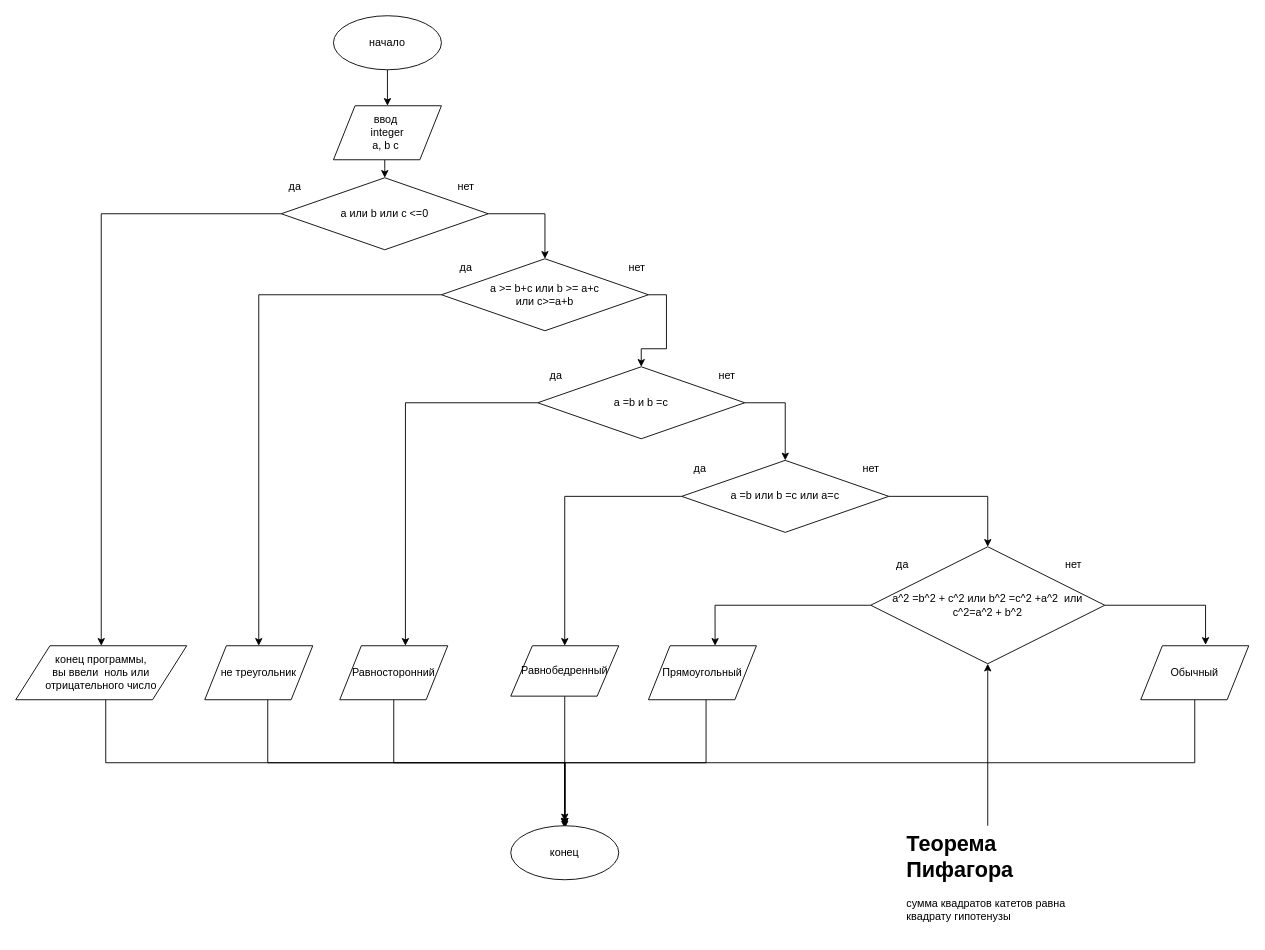
Earlier version of the draw.io diagram page "Task 1-6" (3 of 3) of Untitled Diagram.drawio (alexfadin/python). Source tidied: cells renumbered, new cells numbered last; positions are measured from the earlier drawing's top-left corner, leaving out a move shared by most shapes. Both pictures are drawn from the tidied source at 90%, with x=0, y=0 at pixel (15, 15).
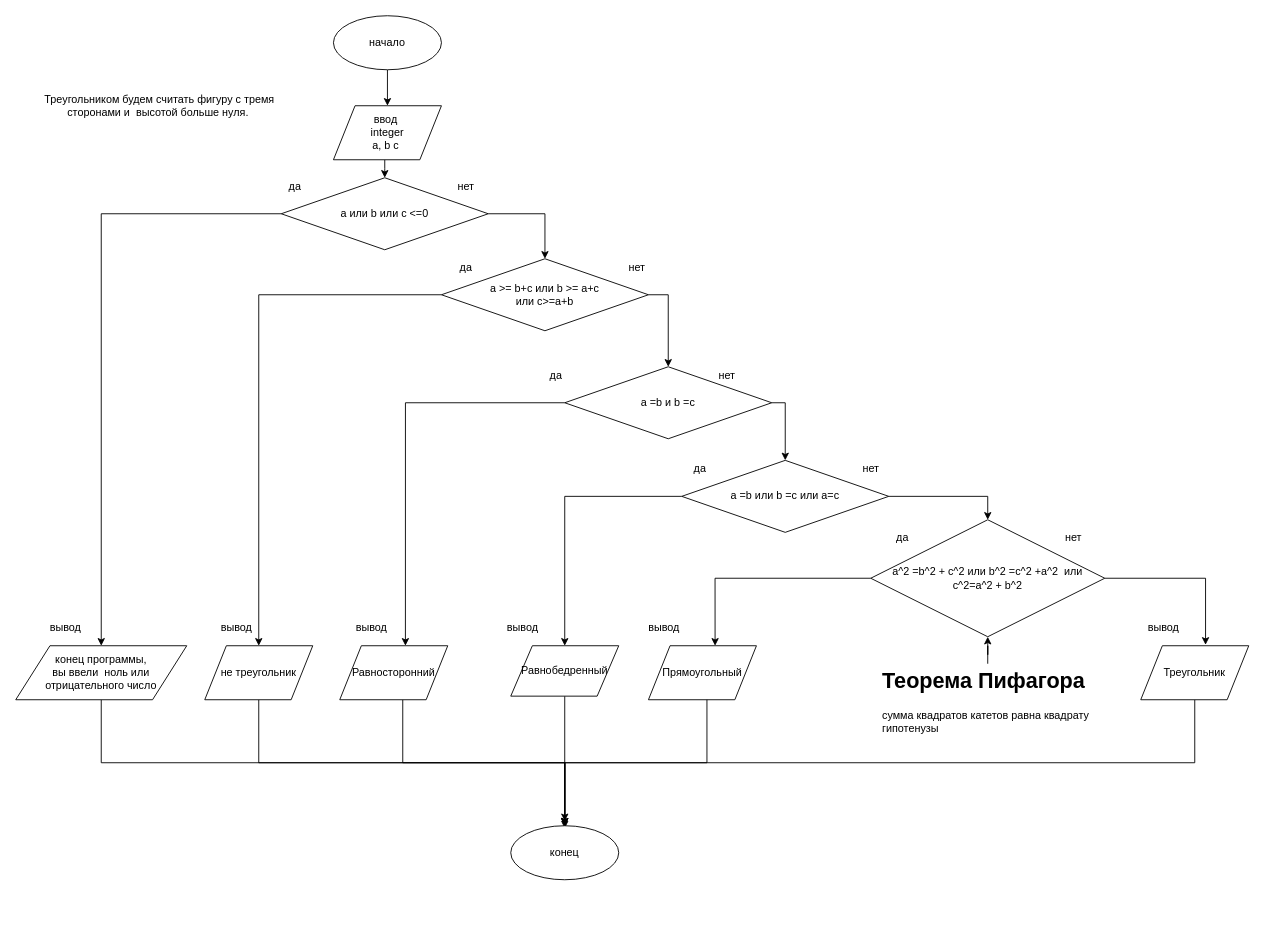
The same page after the edit.

The change refers to these unchanged cells:
```xml
<mxCell id="13" value="конец программы, &lt;br&gt;вы ввели&amp;nbsp; ноль или &lt;br&gt;отрицательного число" style="shape=parallelogram;perimeter=parallelogramPerimeter;whiteSpace=wrap;html=1;" parent="1" vertex="1">
  <mxGeometry y="700" width="190" height="60" as="geometry" />
</mxCell>
<mxCell id="19" value="a =b или b =c или a=c" style="rhombus;whiteSpace=wrap;html=1;" parent="1" vertex="1">
  <mxGeometry x="740" y="494" width="230" height="80" as="geometry" />
</mxCell>
<mxCell id="24" value="не треугольник" style="shape=parallelogram;perimeter=parallelogramPerimeter;whiteSpace=wrap;html=1;" parent="1" vertex="1">
  <mxGeometry x="210" y="700" width="120" height="60" as="geometry" />
</mxCell>
<mxCell id="26" value="Равносторонний" style="shape=parallelogram;perimeter=parallelogramPerimeter;whiteSpace=wrap;html=1;" parent="1" vertex="1">
  <mxGeometry x="360" y="700" width="120" height="60" as="geometry" />
</mxCell>
<mxCell id="33" value="конец" style="ellipse;whiteSpace=wrap;html=1;" parent="1" vertex="1">
  <mxGeometry x="550" y="900" width="120" height="60" as="geometry" />
</mxCell>
```

The edit, as a diff of the source:
```diff
@@
     <mxCell id="12" style="edgeStyle=orthogonalEdgeStyle;rounded=0;jettySize=auto;html=1;entryX=0.5;entryY=0;entryDx=0;entryDy=0;" parent="1" edge="1" source="13" target="33">
       <mxGeometry relative="1" as="geometry">
         <Array as="points">
-          <mxPoint x="100" y="830" />
+          <mxPoint x="95" y="830" />
           <mxPoint x="610" y="830" />
         </Array>
       </mxGeometry>
     </mxCell>
@@
     <mxCell id="14" style="edgeStyle=orthogonalEdgeStyle;rounded=0;jettySize=auto;html=1;exitX=0;exitY=0.5;exitDx=0;exitDy=0;entryX=0.608;entryY=0;entryDx=0;entryDy=0;entryPerimeter=0;" parent="1" edge="1" source="16" target="26">
-      <mxGeometry relative="1" as="geometry" />
+      <mxGeometry relative="1" as="geometry">
+        <Array as="points">
+          <mxPoint x="433" y="430" />
+        </Array>
+      </mxGeometry>
     </mxCell>
     <mxCell id="15" style="edgeStyle=orthogonalEdgeStyle;rounded=0;jettySize=auto;html=1;exitX=1;exitY=0.5;exitDx=0;exitDy=0;" parent="1" edge="1" source="16" target="19">
-      <mxGeometry relative="1" as="geometry" />
+      <mxGeometry relative="1" as="geometry">
+        <Array as="points">
+          <mxPoint x="855" y="430" />
+        </Array>
+      </mxGeometry>
     </mxCell>
     <mxCell id="16" value="a =b и b =c" style="rhombus;whiteSpace=wrap;html=1;" parent="1" vertex="1">
-      <mxGeometry x="580" y="390" width="230" height="80" as="geometry" />
+      <mxGeometry x="610" y="390" width="230" height="80" as="geometry" />
     </mxCell>
@@
     <mxCell id="22" value="a^2 =b^2 + c^2 или b^2 =c^2 +a^2&amp;nbsp; или c^2=a^2 + b^2" style="rhombus;whiteSpace=wrap;html=1;" parent="1" vertex="1">
-      <mxGeometry x="950" y="590" width="260" height="130" as="geometry" />
+      <mxGeometry x="950" y="560" width="260" height="130" as="geometry" />
     </mxCell>
     <mxCell id="23" style="edgeStyle=orthogonalEdgeStyle;rounded=0;jettySize=auto;html=1;" parent="1" edge="1" source="24">
       <mxGeometry relative="1" as="geometry">
         <mxPoint x="610" y="903" as="targetPoint" />
         <Array as="points">
-          <mxPoint x="280" y="830" />
+          <mxPoint x="270" y="830" />
           <mxPoint x="610" y="830" />
         </Array>
       </mxGeometry>
     </mxCell>
@@
     <mxCell id="25" style="edgeStyle=orthogonalEdgeStyle;rounded=0;jettySize=auto;html=1;entryX=0.5;entryY=0;entryDx=0;entryDy=0;" parent="1" edge="1" source="26" target="33">
       <mxGeometry relative="1" as="geometry">
         <Array as="points">
-          <mxPoint x="420" y="830" />
+          <mxPoint x="430" y="830" />
           <mxPoint x="610" y="830" />
         </Array>
       </mxGeometry>
     </mxCell>
@@
     <mxCell id="29" style="edgeStyle=orthogonalEdgeStyle;rounded=0;orthogonalLoop=1;jettySize=auto;html=1;" parent="1" edge="1">
       <mxGeometry relative="1" as="geometry">
         <mxPoint x="767" y="755" as="sourcePoint" />
         <mxPoint x="610" y="895" as="targetPoint" />
         <Array as="points">
-          <mxPoint x="767" y="830" />
+          <mxPoint x="768" y="830" />
           <mxPoint x="610" y="830" />
         </Array>
       </mxGeometry>
     </mxCell>
@@
-    <mxCell id="32" value="Обычный" style="shape=parallelogram;perimeter=parallelogramPerimeter;whiteSpace=wrap;html=1;" parent="1" vertex="1">
+    <mxCell id="32" value="Треугольник" style="shape=parallelogram;perimeter=parallelogramPerimeter;whiteSpace=wrap;html=1;" parent="1" vertex="1">
       <mxGeometry x="1250" y="700" width="120" height="60" as="geometry" />
     </mxCell>
@@
     <mxCell id="42" value="да" style="text;html=1;align=center;verticalAlign=middle;fillColor=none;strokeColor=none;rounded=0;" parent="1" vertex="1">
-      <mxGeometry x="970" y="600" width="30" height="20" as="geometry" />
+      <mxGeometry x="970" y="570" width="30" height="20" as="geometry" />
     </mxCell>
     <mxCell id="43" value="нет" style="text;html=1;align=center;verticalAlign=middle;fillColor=none;strokeColor=none;rounded=0;" parent="1" vertex="1">
-      <mxGeometry x="1160" y="600" width="30" height="20" as="geometry" />
+      <mxGeometry x="1160" y="570" width="30" height="20" as="geometry" />
     </mxCell>
@@
     <mxCell id="45" value="&lt;h1&gt;Теорема Пифагора&lt;/h1&gt;&lt;p&gt;сумма квадратов катетов равна квадрату гипотенузы&lt;/p&gt;" style="text;html=1;strokeColor=none;fillColor=none;spacing=5;spacingTop=-20;whiteSpace=wrap;overflow=hidden;rounded=0;" parent="1" vertex="1">
-      <mxGeometry x="985" y="900" width="190" height="120" as="geometry" />
+      <mxGeometry x="957.5" y="720" width="245" height="120" as="geometry" />
     </mxCell>
+    <mxCell id="46" value="вывод" style="text;html=1;align=center;verticalAlign=middle;fillColor=none;strokeColor=none;rounded=0;" parent="1" vertex="1">
+      <mxGeometry x="30" y="670" width="50" height="20" as="geometry" />
+    </mxCell>
+    <mxCell id="47" value="вывод" style="text;html=1;align=center;verticalAlign=middle;fillColor=none;strokeColor=none;rounded=0;" parent="1" vertex="1">
+      <mxGeometry x="220" y="670" width="50" height="20" as="geometry" />
+    </mxCell>
+    <mxCell id="48" value="вывод" style="text;html=1;align=center;verticalAlign=middle;fillColor=none;strokeColor=none;rounded=0;" parent="1" vertex="1">
+      <mxGeometry x="370" y="670" width="50" height="20" as="geometry" />
+    </mxCell>
+    <mxCell id="49" value="вывод" style="text;html=1;align=center;verticalAlign=middle;fillColor=none;strokeColor=none;rounded=0;" parent="1" vertex="1">
+      <mxGeometry x="538" y="670" width="50" height="20" as="geometry" />
+    </mxCell>
+    <mxCell id="50" value="вывод" style="text;html=1;align=center;verticalAlign=middle;fillColor=none;strokeColor=none;rounded=0;" parent="1" vertex="1">
+      <mxGeometry x="695" y="670" width="50" height="20" as="geometry" />
+    </mxCell>
+    <mxCell id="51" value="вывод" style="text;html=1;align=center;verticalAlign=middle;fillColor=none;strokeColor=none;rounded=0;" parent="1" vertex="1">
+      <mxGeometry x="1250" y="670" width="50" height="20" as="geometry" />
+    </mxCell>
+    <mxCell id="52" value="Треугольником будем считать фигуру с тремя сторонами и&amp;nbsp; высотой больше нуля.&amp;nbsp;" style="text;html=1;strokeColor=none;fillColor=none;align=center;verticalAlign=middle;whiteSpace=wrap;rounded=0;" parent="1" vertex="1">
+      <mxGeometry x="30" y="35" width="260" height="130" as="geometry" />
+    </mxCell>
```
